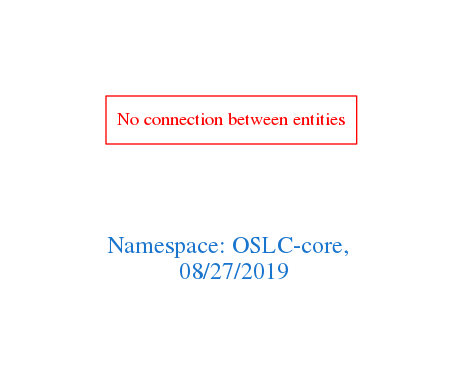
The Graphviz diagram downloads/OSLC-core.png in arago/OGIT, before a commit. Its source is kept beside it as downloads/OSLC-core.dot. Its diagram source:
```dot
digraph OGIT_ontology {
 graph [ rankdir= LR,pad=1
fontsize = 18,
fontcolor= dodgerblue3,label = "\n\n\nNamespace: OSLC-core, \n 08/27/2019"];
node[shape=polygon];
edge [  color="gray81"];

"No connection between entities" [fontcolor = "red",color="red", shape="polygon"]
}
```
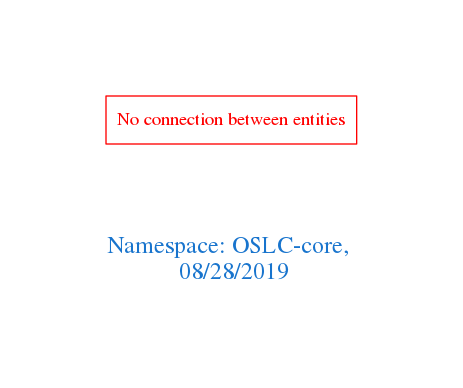
Above is the later version.

What changed in the source:
```diff
@@ -1,7 +1,7 @@
 digraph OGIT_ontology {
  graph [ rankdir= LR,pad=1
 fontsize = 18,
-fontcolor= dodgerblue3,label = "\n\n\nNamespace: OSLC-core, \n 08/27/2019"];
+fontcolor= dodgerblue3,label = "\n\n\nNamespace: OSLC-core, \n 08/28/2019"];
 node[shape=polygon];
 edge [  color="gray81"];
 
```
